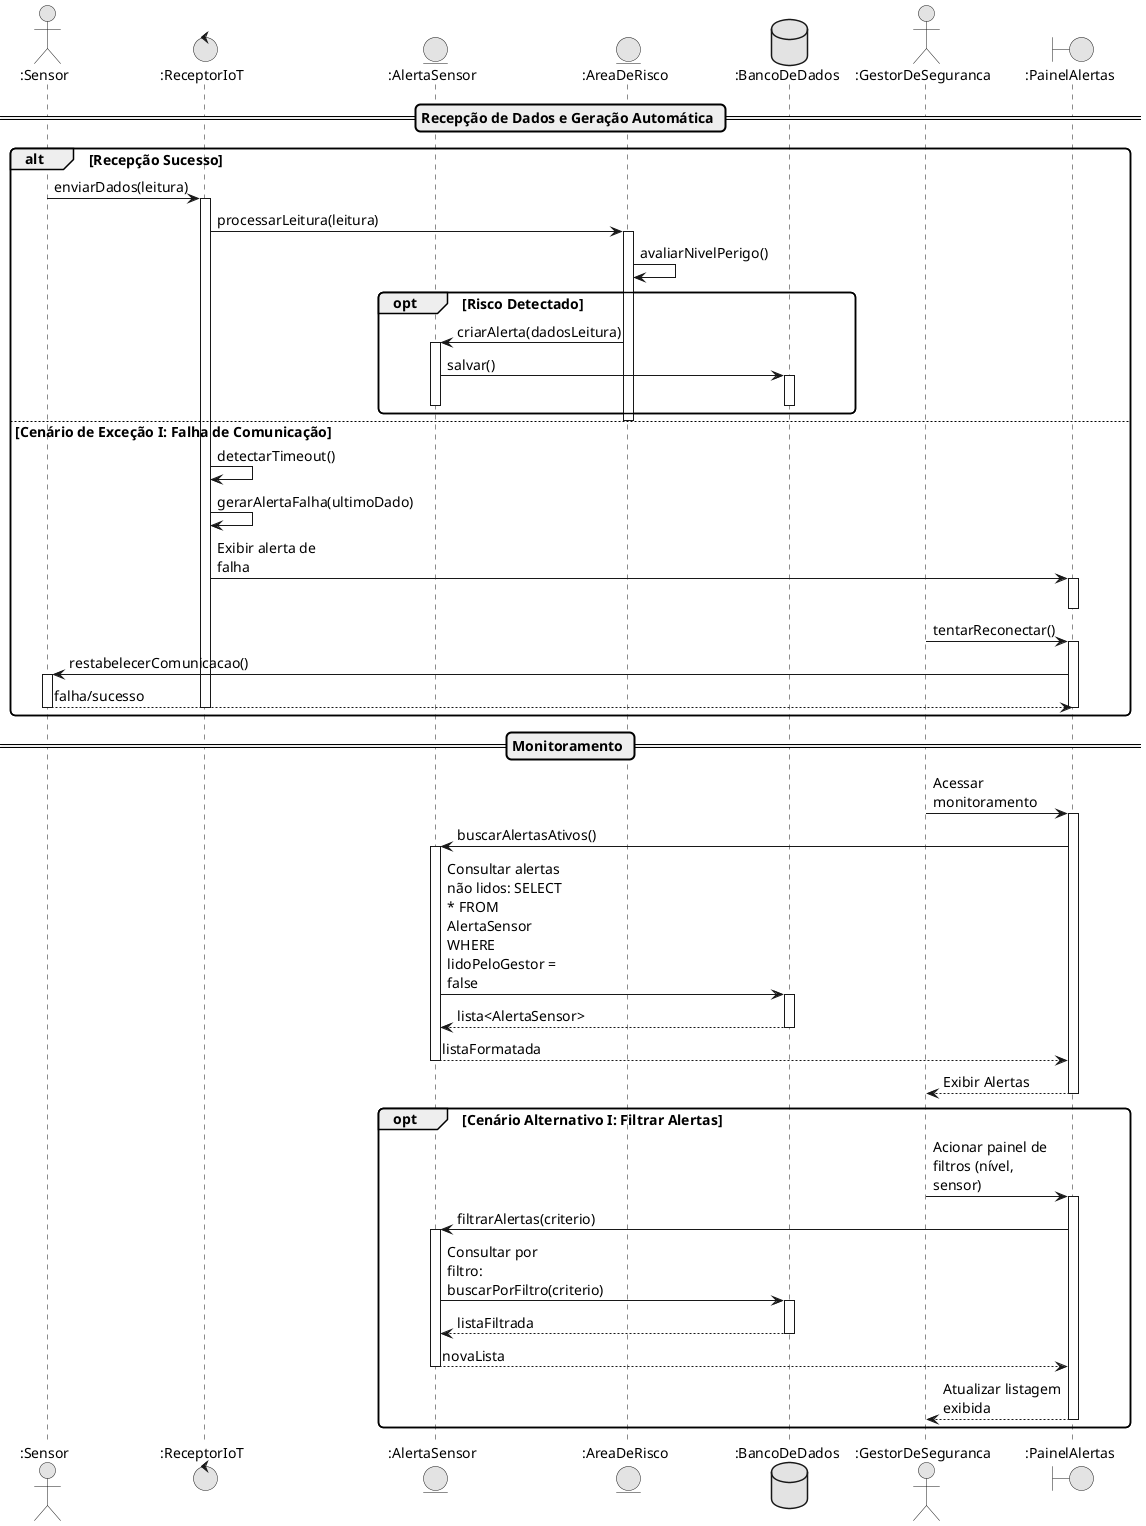
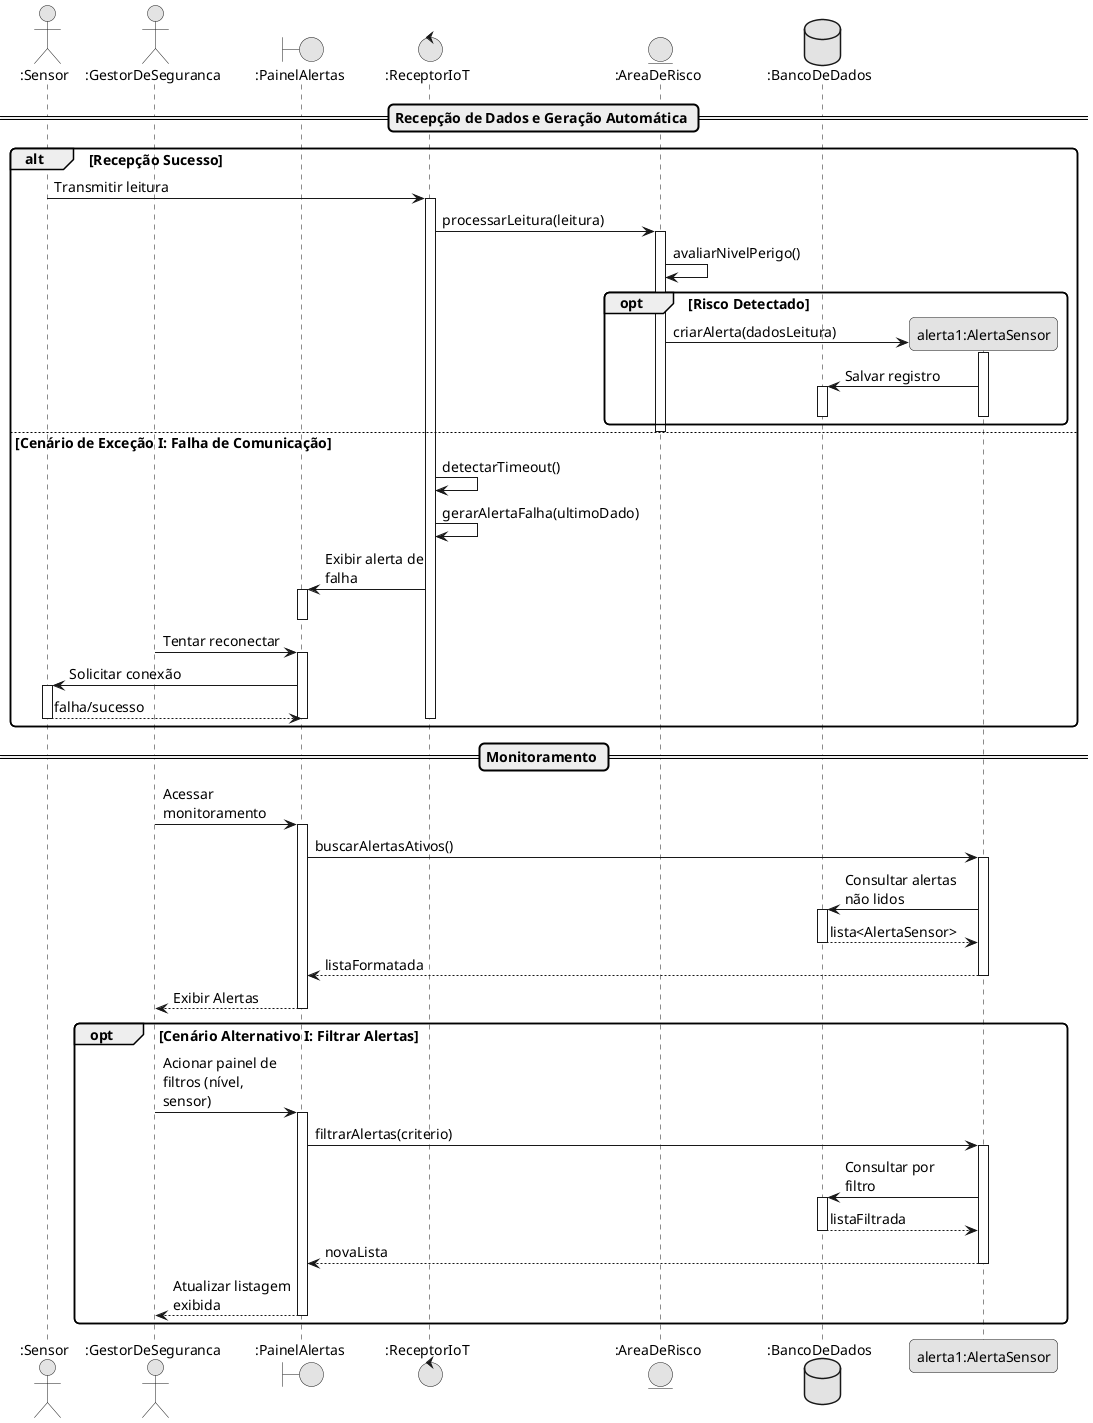
@startuml
skinparam monochrome true
skinparam shadowing false
skinparam defaultFontName Arial
skinparam defaultFontSize 14
skinparam roundcorner 10
skinparam maxmessagesize 120
+ 
actor ":Sensor" as Sensor
+ actor ":GestorDeSeguranca" as Gestor
+ boundary ":PainelAlertas" as UI
control ":ReceptorIoT" as Receptor
- entity ":AlertaSensor" as Alerta
entity ":AreaDeRisco" as Area
database ":BancoDeDados" as DB
- actor ":GestorDeSeguranca" as Gestor
- boundary ":PainelAlertas" as UI

== Recepção de Dados e Geração Automática ==
alt Recepção Sucesso
-   Sensor -> Receptor ++ : enviarDados(leitura)
+   Sensor -> Receptor ++ : Transmitir leitura
  Receptor -> Area ++ : processarLeitura(leitura)
  Area -> Area : avaliarNivelPerigo()
  opt Risco Detectado
+     create "alerta1:AlertaSensor" as Alerta
    Area -> Alerta ++ : criarAlerta(dadosLeitura)
-     Alerta -> DB ++ : salvar()
+     Alerta -> DB ++ : Salvar registro
    deactivate DB
    deactivate Alerta
  end
  deactivate Area
else Cenário de Exceção I: Falha de Comunicação
  Receptor -> Receptor : detectarTimeout()
  Receptor -> Receptor : gerarAlertaFalha(ultimoDado)
  Receptor -> UI ++ : Exibir alerta de falha
  deactivate UI
-   Gestor -> UI ++ : tentarReconectar()
-   UI -> Sensor ++ : restabelecerComunicacao()
+   Gestor -> UI ++ : Tentar reconectar
+   UI -> Sensor ++ : Solicitar conexão
  Sensor --> UI -- : falha/sucesso
  deactivate UI
  deactivate Receptor
end

== Monitoramento ==
Gestor -> UI ++ : Acessar monitoramento
UI -> Alerta ++ : buscarAlertasAtivos()
- Alerta -> DB ++ : Consultar alertas não lidos: SELECT * FROM AlertaSensor WHERE lidoPeloGestor = false
+ Alerta -> DB ++ : Consultar alertas não lidos
DB --> Alerta -- : lista<AlertaSensor>
Alerta --> UI -- : listaFormatada
UI --> Gestor -- : Exibir Alertas

opt Cenário Alternativo I: Filtrar Alertas
  Gestor -> UI ++ : Acionar painel de filtros (nível, sensor)
  UI -> Alerta ++ : filtrarAlertas(criterio)
-   Alerta -> DB ++ : Consultar por filtro: buscarPorFiltro(criterio)
+   Alerta -> DB ++ : Consultar por filtro
  DB --> Alerta -- : listaFiltrada
  Alerta --> UI -- : novaLista
  UI --> Gestor -- : Atualizar listagem exibida
end
@enduml
